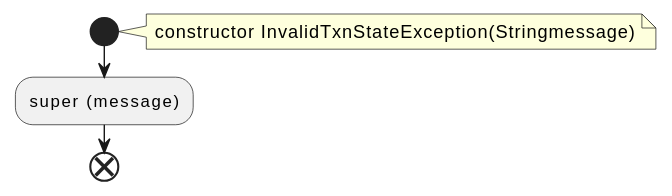
Above: docs/qc/clients/src/main/java/org/apache/kafka/common/errors/InvalidTxnStateException.java.fct.svg in qualitesys/kafka (PlantUML), before the change. The source it was exported from:
```plantuml
@startuml
!pragma layout smetana
start
note right
constructor InvalidTxnStateException(Stringmessage)
end note
:super (message);
end
@enduml
```
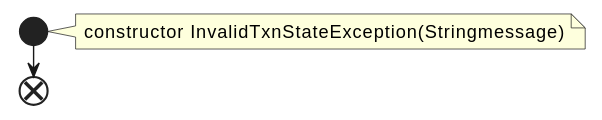
The same diagram one commit later.

Diff of the diagram source:
```diff
@@ -4,6 +4,5 @@
 note right
 constructor InvalidTxnStateException(Stringmessage)
 end note
-:super (message);
 end
 @enduml
```
